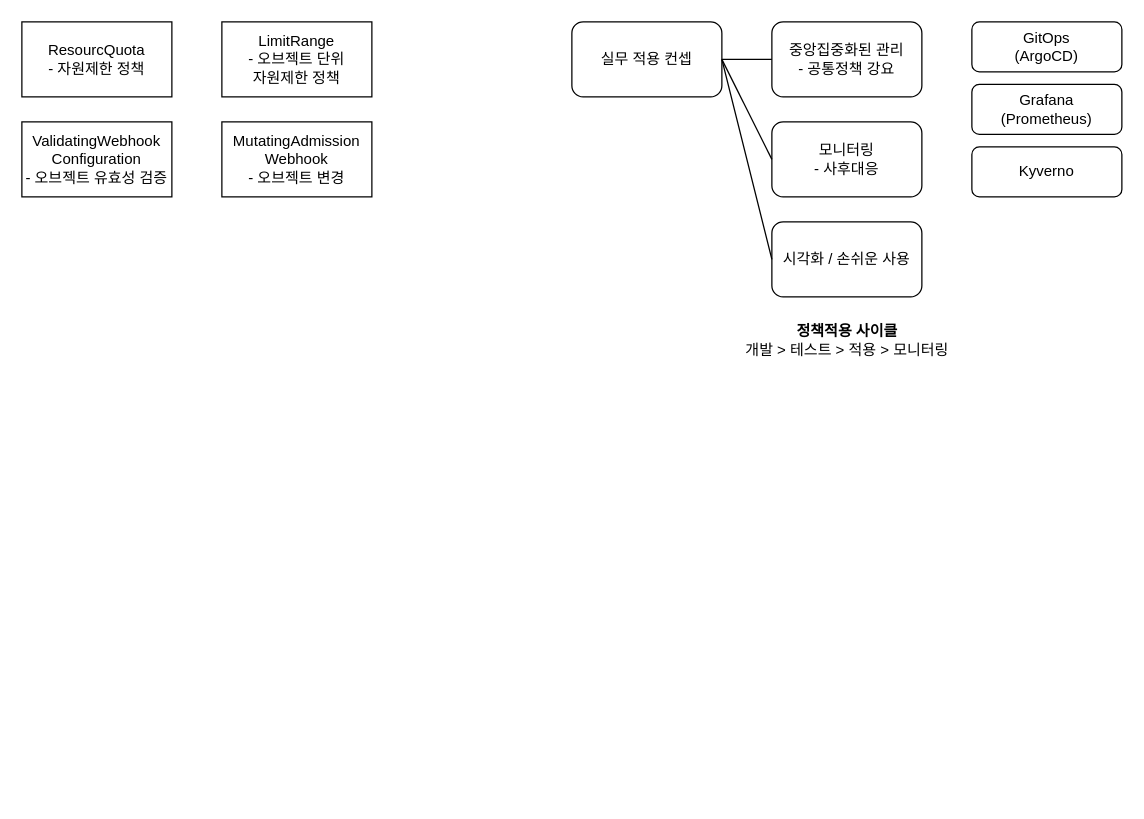
The draw.io diagram page "policy" (1 of 3) of k8s.drawio in hakchangs/k8s-study, before the edit. Source tidied: cells renumbered, new cells numbered last; positions are measured from the earlier drawing's top-left corner, leaving out a move shared by most shapes. Both pictures are drawn from the tidied source at 125%, with x=0, y=0 at pixel (21, 21).
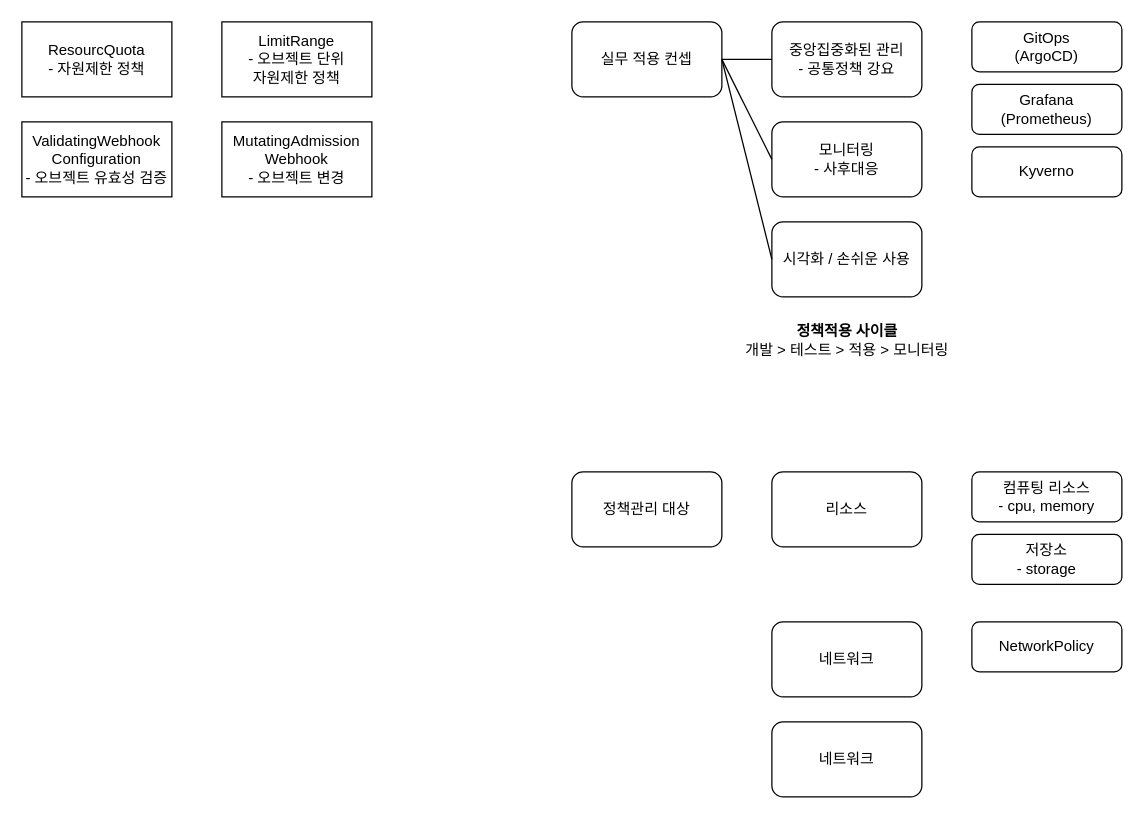
Above is the later version.

Diff of the diagram source:
```diff
@@
+    <mxCell id="17" value="정책관리 대상" style="rounded=1;whiteSpace=wrap;html=1;" parent="1" vertex="1">
+      <mxGeometry x="440" y="360" width="120" height="60" as="geometry" />
+    </mxCell>
+    <mxCell id="18" value="리소스" style="rounded=1;whiteSpace=wrap;html=1;" parent="1" vertex="1">
+      <mxGeometry x="600" y="360" width="120" height="60" as="geometry" />
+    </mxCell>
+    <mxCell id="19" value="컴퓨팅 리소스&lt;br&gt;- cpu, memory" style="rounded=1;whiteSpace=wrap;html=1;" parent="1" vertex="1">
+      <mxGeometry x="760" y="360" width="120" height="40" as="geometry" />
+    </mxCell>
+    <mxCell id="20" value="&lt;div&gt;저장소&lt;/div&gt;&lt;div&gt;- storage&lt;br&gt;&lt;/div&gt;" style="rounded=1;whiteSpace=wrap;html=1;" parent="1" vertex="1">
+      <mxGeometry x="760" y="410" width="120" height="40" as="geometry" />
+    </mxCell>
+    <mxCell id="21" value="네트워크" style="rounded=1;whiteSpace=wrap;html=1;" parent="1" vertex="1">
+      <mxGeometry x="600" y="480" width="120" height="60" as="geometry" />
+    </mxCell>
+    <mxCell id="22" value="NetworkPolicy" style="rounded=1;whiteSpace=wrap;html=1;" parent="1" vertex="1">
+      <mxGeometry x="760" y="480" width="120" height="40" as="geometry" />
+    </mxCell>
+    <mxCell id="23" value="네트워크" style="rounded=1;whiteSpace=wrap;html=1;" parent="1" vertex="1">
+      <mxGeometry x="600" y="560" width="120" height="60" as="geometry" />
+    </mxCell>
```
